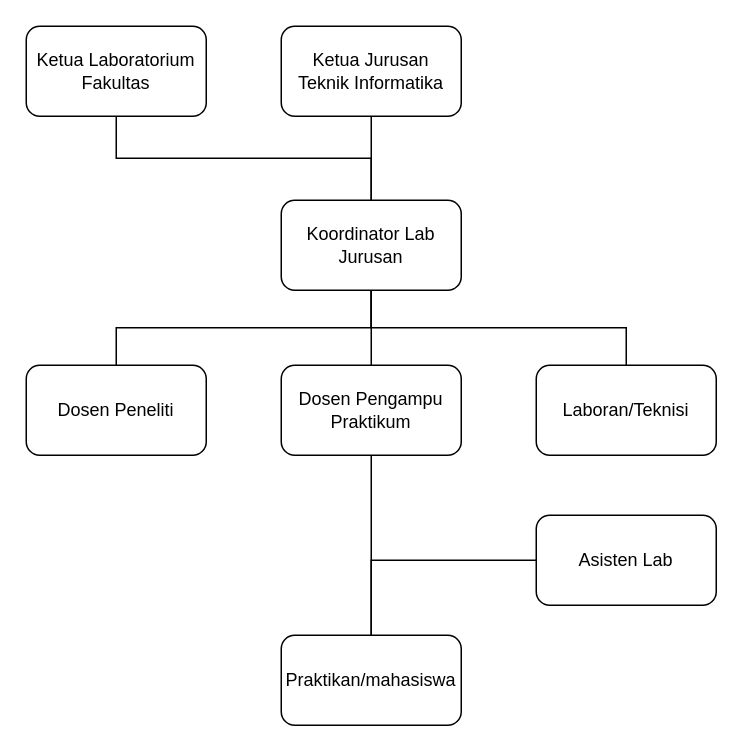
WildanBudiawanZ/labkom-informatika keeps this draw.io diagram as Untitled Diagram.drawio. Above is the earlier version. Source tidied: cells renumbered, new cells numbered last; positions are measured from the earlier drawing's top-left corner, leaving out a move shared by most shapes. Both pictures are drawn from the tidied source at 150%, with x=0, y=0 at pixel (26, 26).
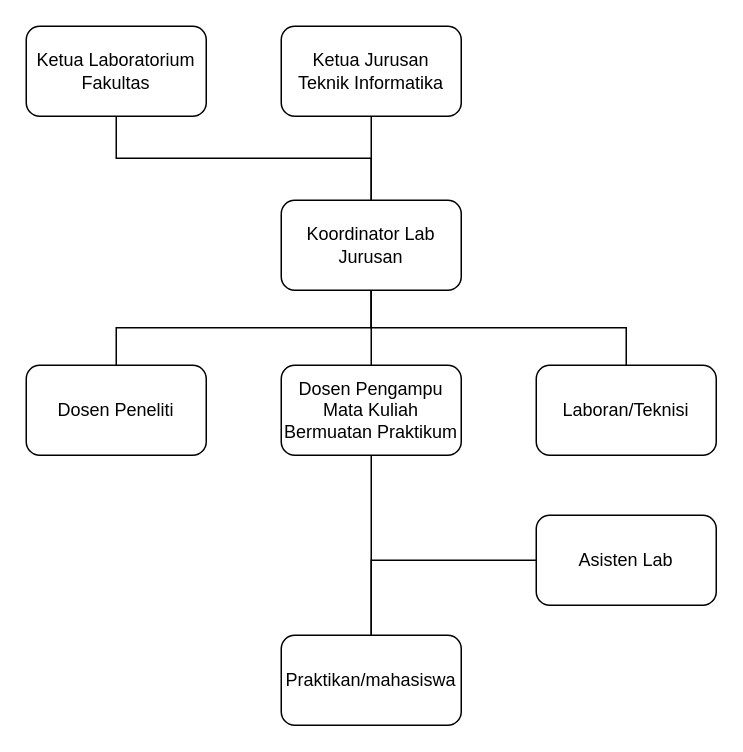
The same page after the edit.

Change to the diagram source:
```diff
@@
 <mxGraphModel>
   <root>
     <mxCell id="0" />
     <mxCell id="1" parent="0" />
     <mxCell id="2" value="Ketua Laboratorium Fakultas" style="rounded=1;whiteSpace=wrap;html=1;" parent="1" vertex="1">
       <mxGeometry width="120" height="60" as="geometry" />
     </mxCell>
     <mxCell id="3" value="Koordinator Lab Jurusan" style="rounded=1;whiteSpace=wrap;html=1;" parent="1" vertex="1">
       <mxGeometry x="170" y="116" width="120" height="60" as="geometry" />
     </mxCell>
     <mxCell id="4" value="Ketua Jurusan&lt;div&gt;Teknik Informatika&lt;/div&gt;" style="rounded=1;whiteSpace=wrap;html=1;" parent="1" vertex="1">
       <mxGeometry x="170" width="120" height="60" as="geometry" />
     </mxCell>
-    <mxCell id="5" value="Dosen Pengampu Praktikum" style="rounded=1;whiteSpace=wrap;html=1;" parent="1" vertex="1">
+    <mxCell id="5" value="Dosen Pengampu Mata Kuliah Bermuatan Praktikum" style="rounded=1;whiteSpace=wrap;html=1;" parent="1" vertex="1">
       <mxGeometry x="170" y="226" width="120" height="60" as="geometry" />
     </mxCell>
     <mxCell id="6" value="Laboran/Teknisi" style="rounded=1;whiteSpace=wrap;html=1;" parent="1" vertex="1">
       <mxGeometry x="340" y="226" width="120" height="60" as="geometry" />
     </mxCell>
     <mxCell id="7" value="Asisten Lab" style="rounded=1;whiteSpace=wrap;html=1;" parent="1" vertex="1">
       <mxGeometry x="340" y="326" width="120" height="60" as="geometry" />
     </mxCell>
     <mxCell id="8" value="Dosen Peneliti" style="rounded=1;whiteSpace=wrap;html=1;" parent="1" vertex="1">
       <mxGeometry y="226" width="120" height="60" as="geometry" />
     </mxCell>
     <mxCell id="9" value="Praktikan/mahasiswa" style="rounded=1;whiteSpace=wrap;html=1;" parent="1" vertex="1">
       <mxGeometry x="170" y="406" width="120" height="60" as="geometry" />
     </mxCell>
     <mxCell id="10" style="endArrow=none;html=1;rounded=0;exitX=0.5;exitY=0;exitDx=0;exitDy=0;edgeStyle=orthogonalEdgeStyle;entryX=0.5;entryY=1;entryDx=0;entryDy=0;" parent="1" edge="1" source="8" target="3">
       <mxGeometry relative="1" as="geometry" />
     </mxCell>
     <mxCell id="11" style="endArrow=none;html=1;rounded=0;exitX=0.5;exitY=0;exitDx=0;exitDy=0;entryX=0.5;entryY=1;entryDx=0;entryDy=0;edgeStyle=orthogonalEdgeStyle;" parent="1" edge="1" source="5" target="3">
       <mxGeometry relative="1" as="geometry" />
     </mxCell>
     <mxCell id="12" style="endArrow=none;html=1;rounded=0;exitX=0.5;exitY=0;exitDx=0;exitDy=0;entryX=0.5;entryY=1;entryDx=0;entryDy=0;edgeStyle=orthogonalEdgeStyle;" parent="1" edge="1" source="6" target="3">
       <mxGeometry relative="1" as="geometry" />
     </mxCell>
     <mxCell id="13" style="endArrow=none;html=1;rounded=0;exitX=0.5;exitY=0;exitDx=0;exitDy=0;entryX=0.5;entryY=1;entryDx=0;entryDy=0;edgeStyle=orthogonalEdgeStyle;" parent="1" edge="1" source="9" target="5">
       <mxGeometry relative="1" as="geometry" />
     </mxCell>
     <mxCell id="14" style="endArrow=none;html=1;rounded=0;exitX=0.5;exitY=0;exitDx=0;exitDy=0;entryX=0;entryY=0.5;entryDx=0;entryDy=0;edgeStyle=orthogonalEdgeStyle;" parent="1" edge="1" source="9" target="7">
       <mxGeometry relative="1" as="geometry" />
     </mxCell>
     <mxCell id="15" style="endArrow=none;html=1;rounded=0;entryX=0.5;entryY=1;entryDx=0;entryDy=0;edgeStyle=orthogonalEdgeStyle;" parent="1" edge="1" source="3" target="4">
       <mxGeometry relative="1" as="geometry" />
     </mxCell>
     <mxCell id="16" style="endArrow=none;html=1;rounded=0;entryX=0.5;entryY=1;entryDx=0;entryDy=0;edgeStyle=orthogonalEdgeStyle;exitX=0.5;exitY=0;exitDx=0;exitDy=0;" parent="1" edge="1" source="3" target="2">
       <mxGeometry relative="1" as="geometry" />
     </mxCell>
   </root>
 </mxGraphModel>
```
